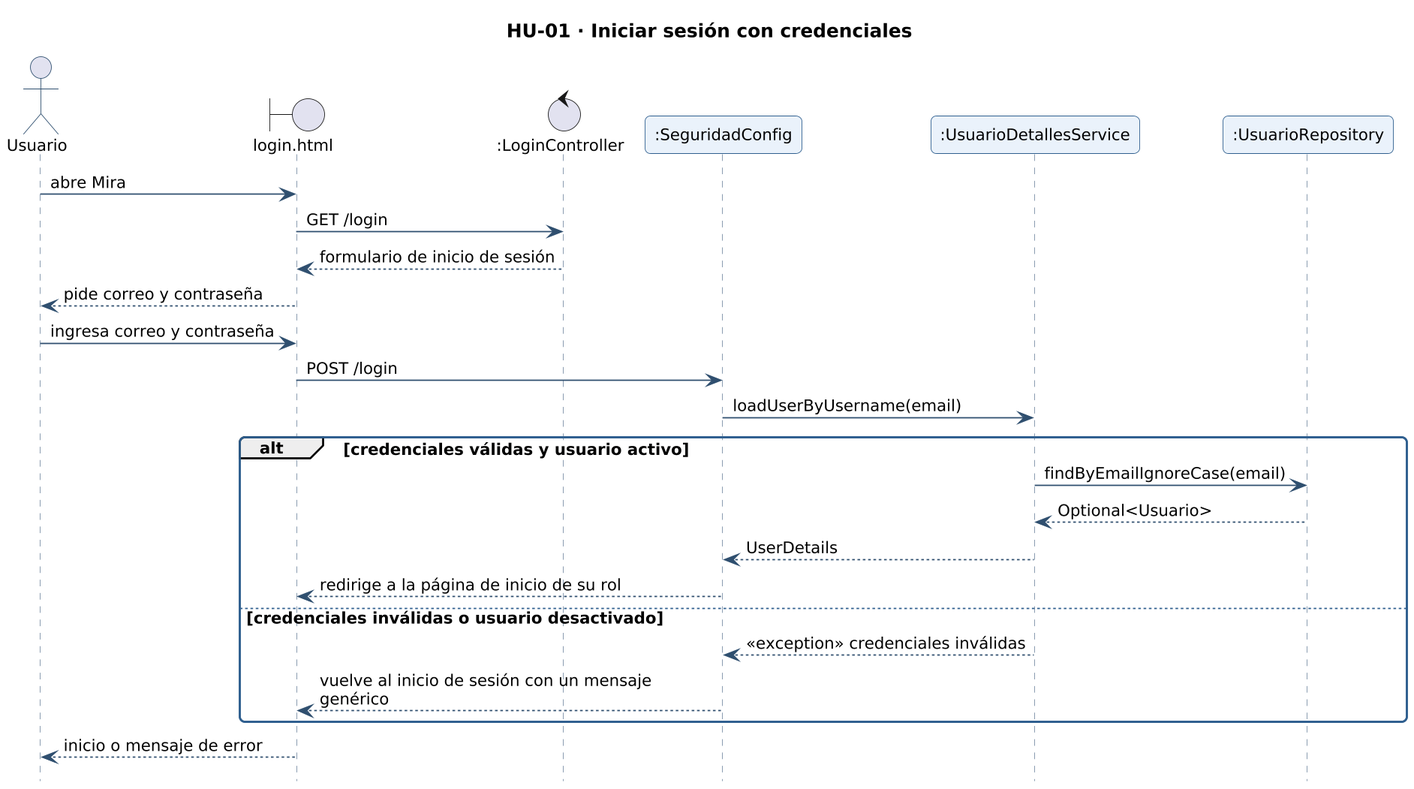
Above: docs/diagramas/secuencia-hu-01.png in gonzaloarenasduoc/Mira (PlantUML), before the change.
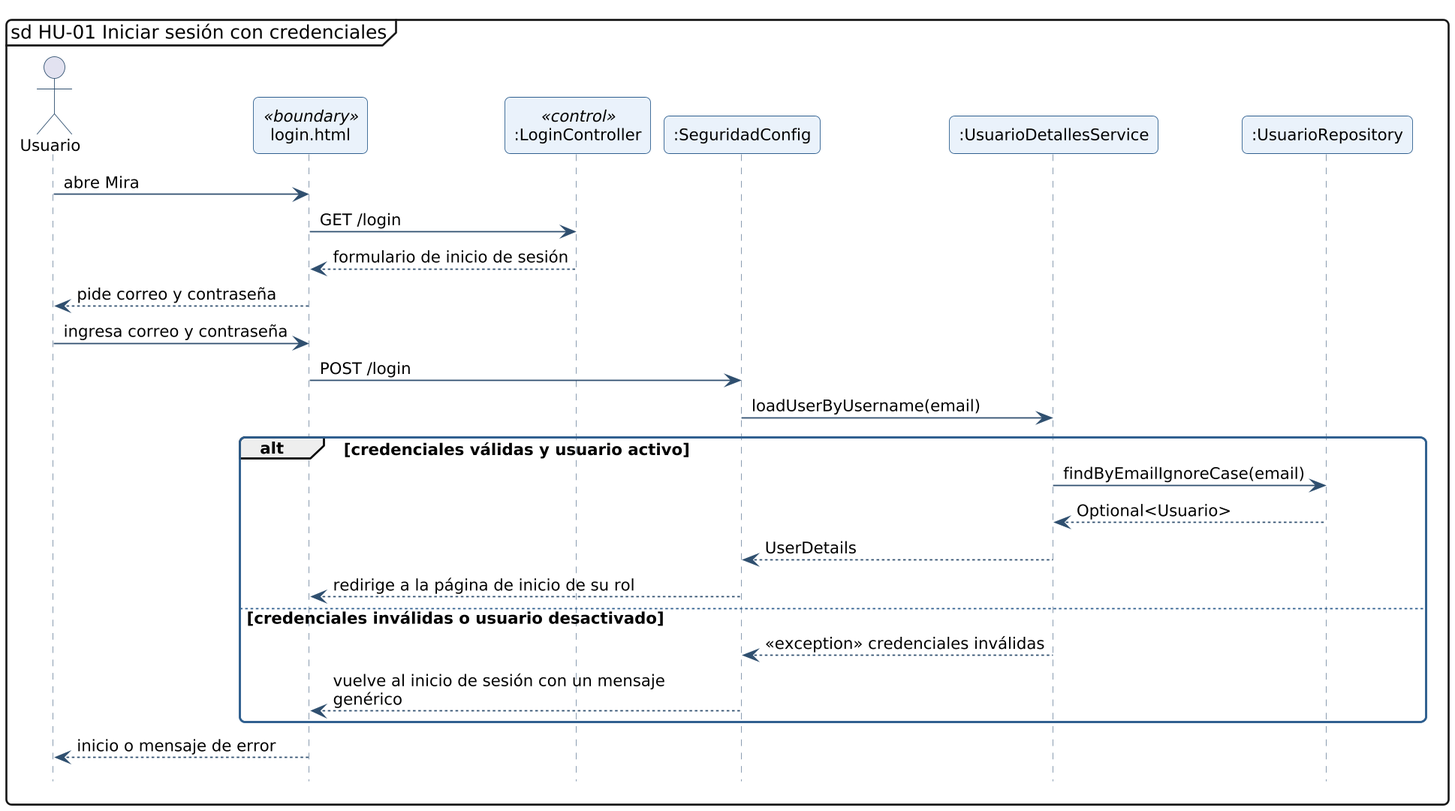
After the commit.

The edit, as a diff of the source:
```diff
@@ -3,10 +3,10 @@
 hide footbox
 skinparam maxMessageSize 260
 skinparam sequenceMessageAlign left
-title HU-01 · Iniciar sesión con credenciales
+mainframe sd HU-01 Iniciar sesión con credenciales
 actor "Usuario" as A
-boundary "login.html" as L_VISTA_login
-control ":LoginController" as L_LoginController
+participant "login.html" as L_VISTA_login <<boundary>>
+participant ":LoginController" as L_LoginController <<control>>
 participant ":SeguridadConfig" as L_SeguridadConfig
 participant ":UsuarioDetallesService" as L_UsuarioDetallesService
 participant ":UsuarioRepository" as L_UsuarioRepository
```
